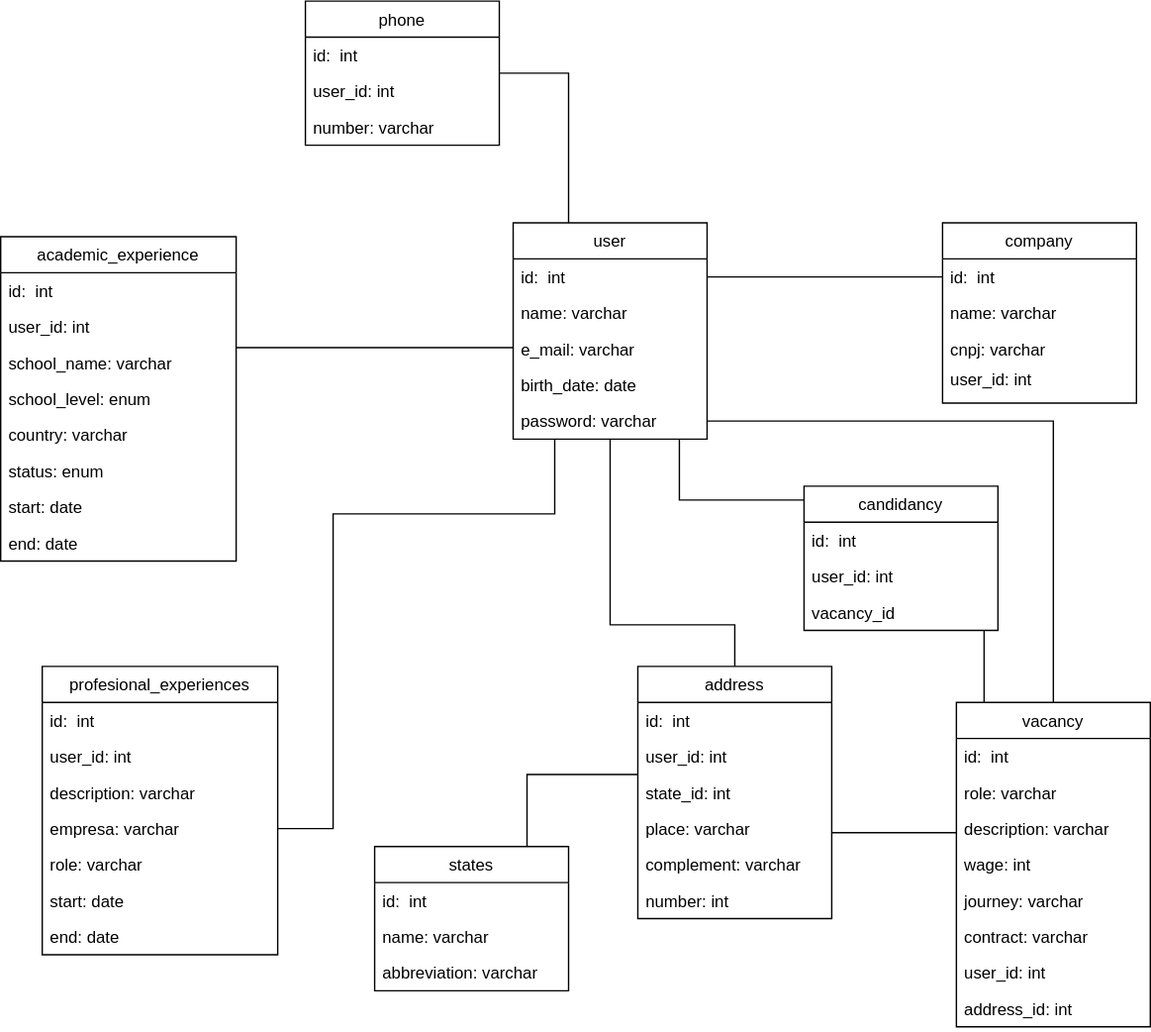
Above: vagas/diagramas/entidades.svg in jonnathas/estudo (draw.io), before the change. Source tidied: cells renumbered, new cells last; positions are measured from the earlier drawing's top-left corner, leaving out a move shared by most shapes.
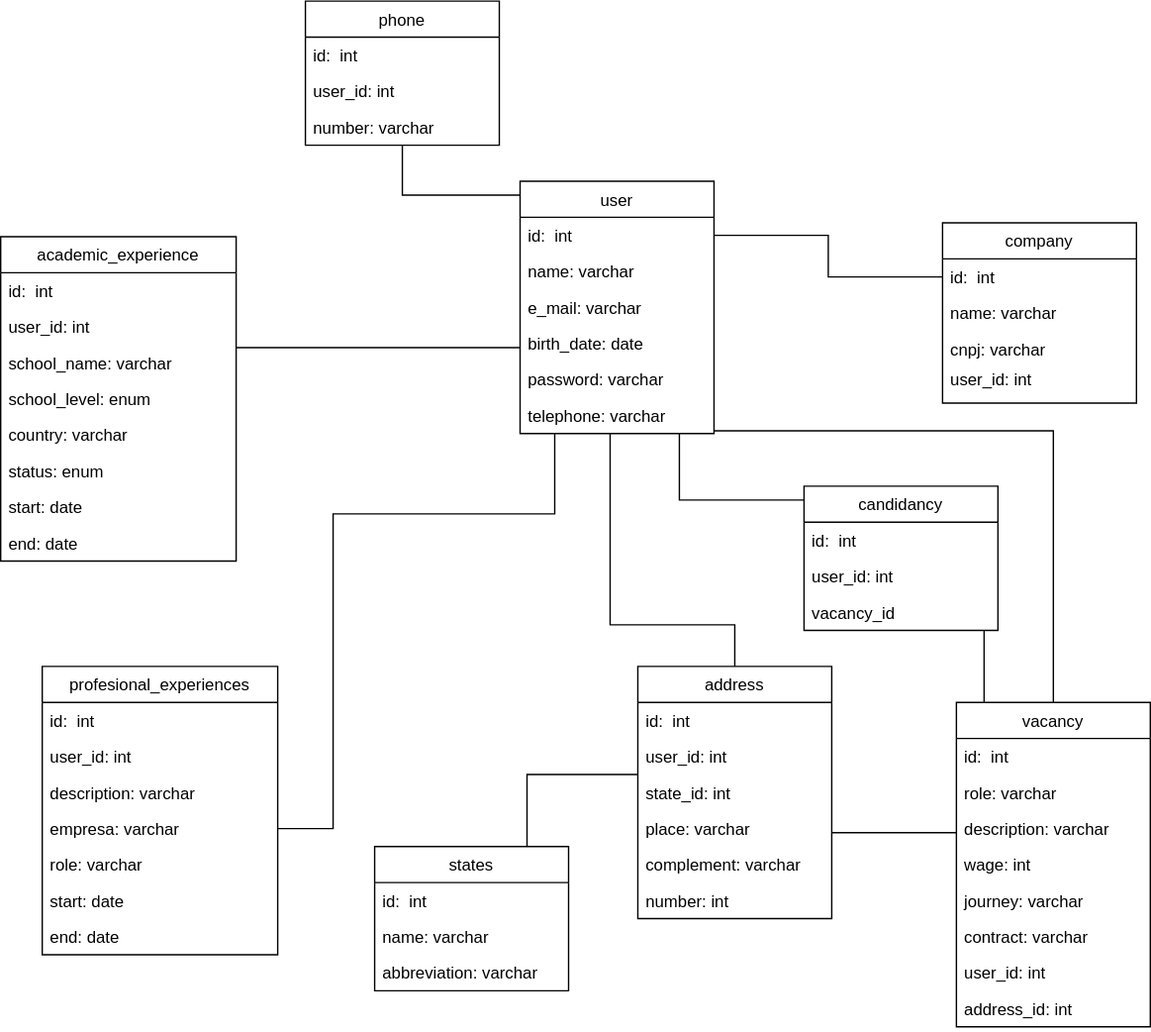
After the commit.

Commit message:
adiciona campos a tabela usuario e empresas

The edit, as a diff of the source:
```diff
@@ -18,7 +18,7 @@
       </mxGeometry>
     </mxCell>
     <mxCell id="4" value="user" style="swimlane;fontStyle=0;horizontal=1;startSize=26;fillColor=none;" parent="1" vertex="1">
-      <mxGeometry x="370" y="160" width="140" height="156" as="geometry" />
+      <mxGeometry x="375" y="130" width="140" height="182" as="geometry" />
     </mxCell>
     <mxCell id="5" value="id:  int" style="text;strokeColor=none;fillColor=none;align=left;verticalAlign=top;spacingLeft=4;spacingRight=4;overflow=hidden;points=[[0,0.5],[1,0.5]];portConstraint=eastwest;" parent="4" vertex="1">
       <mxGeometry y="26" width="140" height="26" as="geometry" />
@@ -35,6 +35,9 @@
     <mxCell id="9" value="password: varchar" style="text;strokeColor=none;fillColor=none;align=left;verticalAlign=top;spacingLeft=4;spacingRight=4;overflow=hidden;points=[[0,0.5],[1,0.5]];portConstraint=eastwest;" parent="4" vertex="1">
       <mxGeometry y="130" width="140" height="26" as="geometry" />
     </mxCell>
+    <mxCell id="68" value="telephone: varchar" style="text;strokeColor=none;fillColor=none;align=left;verticalAlign=top;spacingLeft=4;spacingRight=4;overflow=hidden;" parent="4" vertex="1">
+      <mxGeometry y="156" width="140" height="26" as="geometry" />
+    </mxCell>
     <mxCell id="10" value="company" style="swimlane;fontStyle=0;horizontal=1;startSize=26;fillColor=none;" parent="1" vertex="1">
       <mxGeometry x="680" y="160" width="140" height="130" as="geometry" />
     </mxCell>
@@ -98,8 +101,12 @@
         </Array>
       </mxGeometry>
     </mxCell>
-    <mxCell id="26" style="edgeStyle=orthogonalEdgeStyle;rounded=0;jettySize=auto;html=1;endArrow=none;endFill=0;" parent="1" edge="1" source="27" target="9">
-      <mxGeometry relative="1" as="geometry" />
+    <mxCell id="26" style="edgeStyle=orthogonalEdgeStyle;rounded=0;jettySize=auto;html=1;endArrow=none;endFill=0;" parent="1" edge="1" source="27" target="4">
+      <mxGeometry relative="1" as="geometry">
+        <Array as="points">
+          <mxPoint x="760" y="310" />
+        </Array>
+      </mxGeometry>
     </mxCell>
     <mxCell id="27" value="vacancy" style="swimlane;fontStyle=0;horizontal=1;startSize=26;fillColor=none;" parent="1" vertex="1">
       <mxGeometry x="690" y="506" width="140" height="234" as="geometry" />
```
